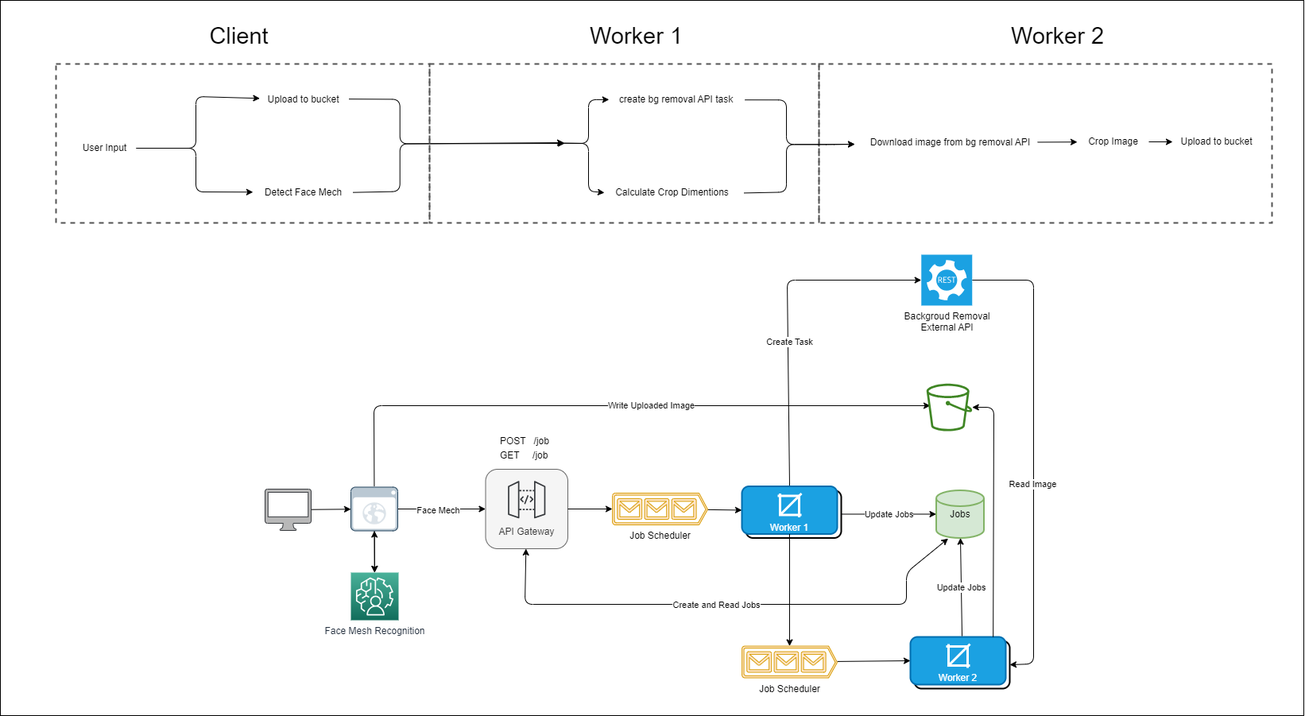
Above: architecture.2.0.0.drawio.png in Abdallah-Ragab/dv-image (draw.io), before the change. Source tidied: cells renumbered, new cells last; positions are measured from the earlier drawing's top-left corner, leaving out a move shared by most shapes.
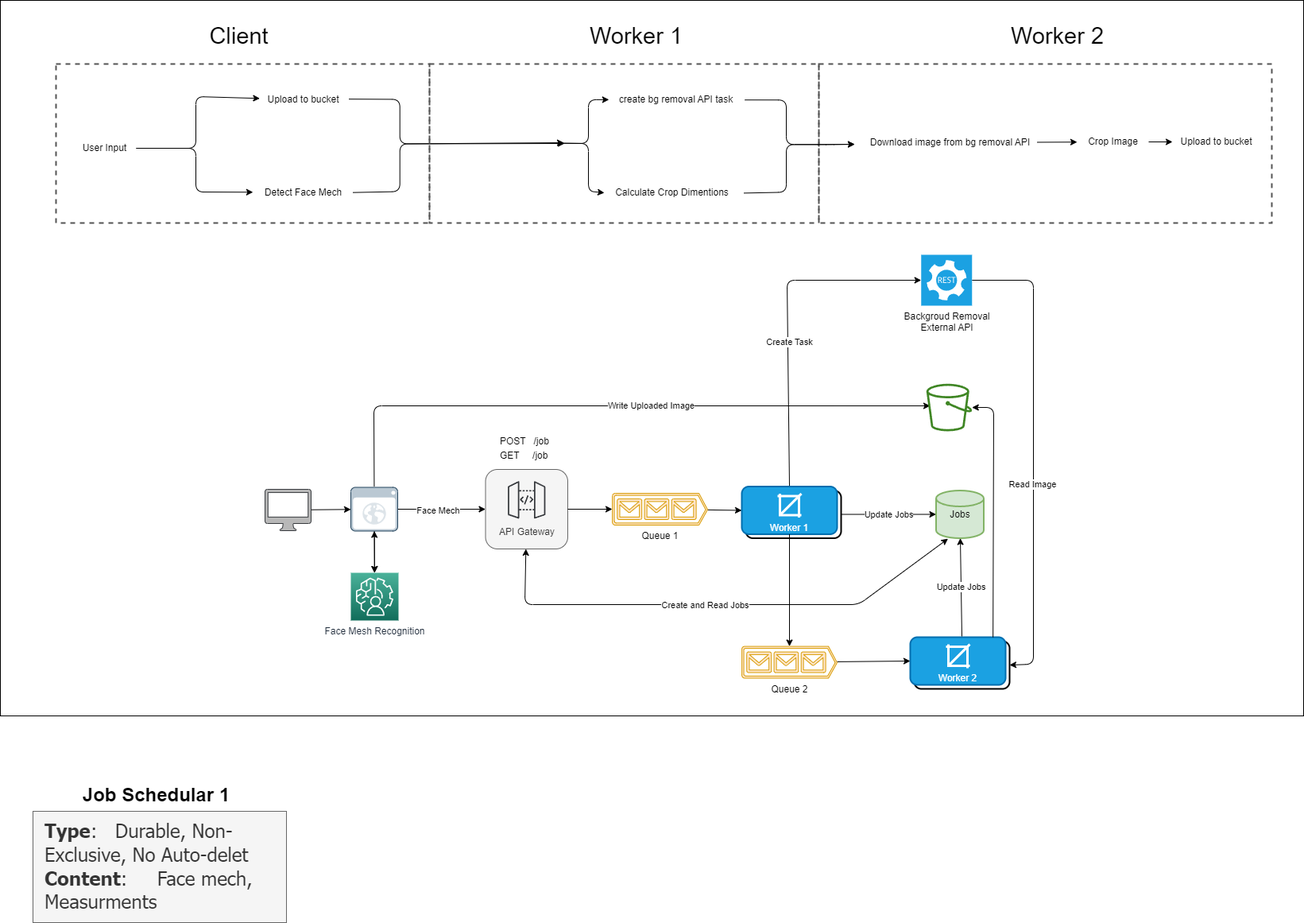
The same diagram one commit later.

Commit message:
docs: add message specs for Queue 1

What changed in the source:
```diff
@@ -33,7 +33,7 @@
     <mxCell id="10" style="edgeStyle=none;html=1;entryX=0;entryY=0.5;entryDx=0;entryDy=0;" parent="1" edge="1" source="11" target="30">
       <mxGeometry relative="1" as="geometry" />
     </mxCell>
-    <mxCell id="11" value="Job Scheduler" style="verticalLabelPosition=bottom;html=1;verticalAlign=top;align=center;strokeColor=#d79b00;fillColor=#ffe6cc;shape=mxgraph.azure.queue_generic;rounded=1;strokeWidth=1;shadow=0;dashed=0;comic=0;" parent="1" vertex="1">
+    <mxCell id="11" value="Queue 1" style="verticalLabelPosition=bottom;html=1;verticalAlign=top;align=center;strokeColor=#d79b00;fillColor=#ffe6cc;shape=mxgraph.azure.queue_generic;rounded=1;strokeWidth=1;shadow=0;dashed=0;comic=0;" parent="1" vertex="1">
       <mxGeometry x="770" y="620" width="120" height="40" as="geometry" />
     </mxCell>
     <mxCell id="12" style="edgeStyle=none;html=1;fontFamily=Helvetica;fontSize=12;fontColor=default;" parent="1" edge="1" source="13" target="22">
@@ -49,8 +49,7 @@
       <mxGeometry relative="1" as="geometry">
         <Array as="points">
           <mxPoint x="660" y="760" />
-          <mxPoint x="1140" y="760" />
-          <mxPoint x="1140" y="720" />
+          <mxPoint x="1080" y="760" />
         </Array>
       </mxGeometry>
     </mxCell>
@@ -244,7 +243,7 @@
     <mxCell id="57" style="edgeStyle=none;html=1;entryX=0;entryY=0.5;entryDx=0;entryDy=0;fontColor=default;startArrow=none;startFill=0;" parent="1" edge="1" source="58" target="55">
       <mxGeometry relative="1" as="geometry" />
     </mxCell>
-    <mxCell id="58" value="Job Scheduler" style="verticalLabelPosition=bottom;html=1;verticalAlign=top;align=center;strokeColor=#d79b00;fillColor=#ffe6cc;shape=mxgraph.azure.queue_generic;rounded=1;strokeWidth=1;shadow=0;dashed=0;comic=0;" parent="1" vertex="1">
+    <mxCell id="58" value="Queue 2" style="verticalLabelPosition=bottom;html=1;verticalAlign=top;align=center;strokeColor=#d79b00;fillColor=#ffe6cc;shape=mxgraph.azure.queue_generic;rounded=1;strokeWidth=1;shadow=0;dashed=0;comic=0;" parent="1" vertex="1">
       <mxGeometry x="933" y="812.5" width="120" height="40" as="geometry" />
     </mxCell>
     <mxCell id="59" style="edgeStyle=none;html=1;entryX=0.5;entryY=0;entryDx=0;entryDy=0;entryPerimeter=0;fontColor=default;startArrow=none;startFill=0;" parent="1" edge="1" source="30" target="58">
@@ -277,5 +276,11 @@
         <mxPoint x="1210" y="800" as="sourcePoint" />
       </mxGeometry>
     </mxCell>
+    <mxCell id="67" value="&lt;font style=&quot;font-size: 24px;&quot;&gt;&lt;b&gt;Job Schedular 1&lt;/b&gt;&lt;/font&gt;" style="text;html=1;align=center;verticalAlign=middle;strokeColor=none;fillColor=none;" parent="1" vertex="1">
+      <mxGeometry x="91" y="980" width="210" height="40" as="geometry" />
+    </mxCell>
+    <mxCell id="68" value="&lt;font face=&quot;Tahoma&quot;&gt;&lt;font style=&quot;font-size: 24px;&quot;&gt;&lt;b style=&quot;&quot;&gt;Type&lt;/b&gt;:&amp;nbsp; &amp;nbsp;Durable, Non-Exclusive, No Auto-delet&lt;/font&gt;&lt;br&gt;&lt;b style=&quot;&quot;&gt;Content&lt;/b&gt;:&amp;nbsp; &amp;nbsp; &amp;nbsp;Face mech, Measurments&lt;/font&gt;" style="whiteSpace=wrap;html=1;fontSize=24;align=left;fillColor=#f5f5f5;strokeColor=#666666;fontColor=#333333;perimeterSpacing=0;fixDash=0;rounded=0;spacing=15;" parent="1" vertex="1">
+      <mxGeometry x="41" y="1020" width="319" height="140" as="geometry" />
+    </mxCell>
   </root>
 </mxGraphModel>
```
